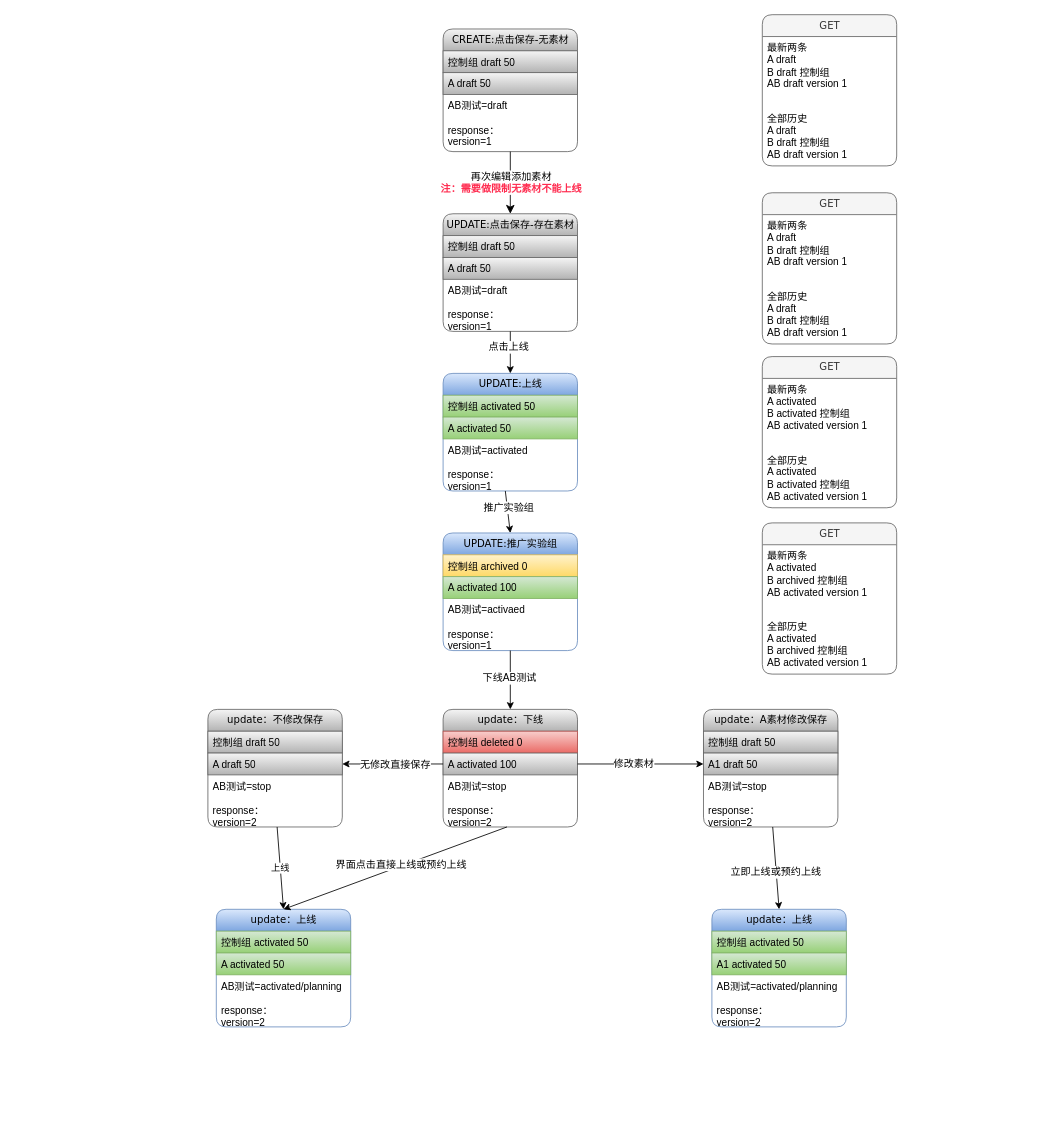
The draw.io diagram 控制组对比.drawio in hzhang123/DrawImage, before the edit. Source tidied: cells renumbered, new cells numbered last; positions are measured from the earlier drawing's top-left corner, leaving out a move shared by most shapes. Both pictures are drawn from the tidied source at 84%, with x=0, y=0 at pixel (207, 14).
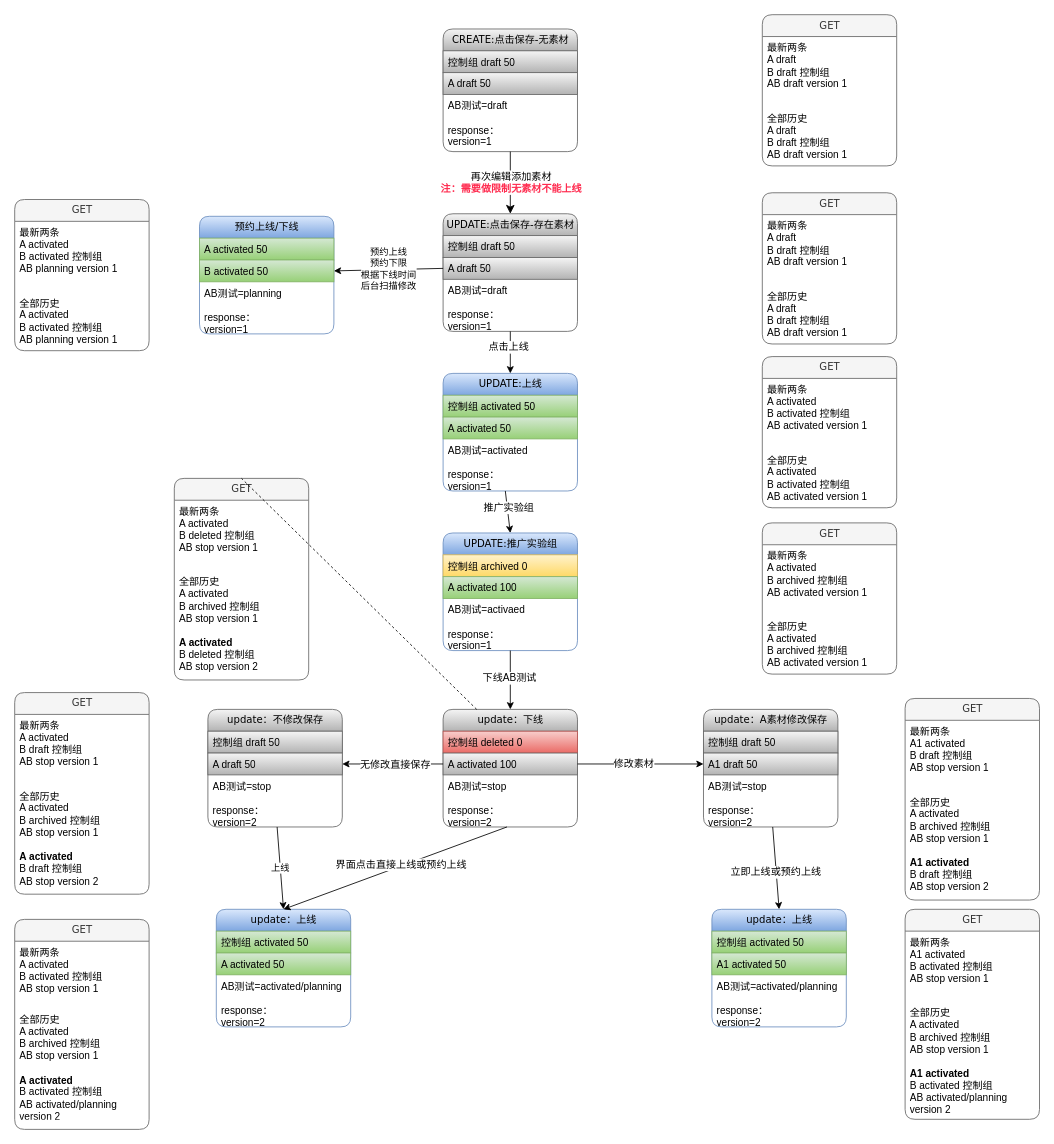
Above is the later version.

Commit message:
控制组对比.drawio

The change refers to these unchanged cells:
```xml
<mxCell id="8" value="A draft 50" style="text;html=1;strokeColor=#666666;fillColor=#f5f5f5;spacingLeft=4;spacingRight=4;whiteSpace=wrap;overflow=hidden;points=[[0,0.5],[1,0.5]];portConstraint=eastwest;gradientColor=#b3b3b3;" parent="6" vertex="1">
  <mxGeometry y="52" width="160" height="26" as="geometry" />
</mxCell>
<mxCell id="22" value="update：下线" style="swimlane;html=1;fontStyle=0;horizontal=1;startSize=26;fillColor=#f5f5f5;swimlaneFillColor=#ffffff;align=center;rounded=1;shadow=0;comic=0;labelBackgroundColor=none;strokeColor=#666666;strokeWidth=1;fontFamily=Verdana;fontSize=12;gradientColor=#b3b3b3;" parent="1" vertex="1">
  <mxGeometry x="280" y="827" width="160" height="140" as="geometry" />
</mxCell>
```

Diff of the diagram source:
```diff
@@
+    <mxCell id="67" value="GET" style="swimlane;html=1;fontStyle=0;horizontal=1;startSize=26;fillColor=#f5f5f5;swimlaneFillColor=#ffffff;align=center;rounded=1;shadow=0;comic=0;labelBackgroundColor=none;strokeColor=#666666;strokeWidth=1;fontFamily=Verdana;fontSize=12;fontColor=#333333;" parent="1" vertex="1">
+      <mxGeometry x="-40" y="552" width="160" height="240" as="geometry" />
+    </mxCell>
+    <mxCell id="68" value="最新两条&lt;br&gt;A activated&lt;br&gt;B deleted 控制组&amp;nbsp;&lt;br&gt;AB stop version 1" style="text;html=1;strokeColor=none;fillColor=none;spacingLeft=4;spacingRight=4;whiteSpace=wrap;overflow=hidden;" parent="67" vertex="1">
+      <mxGeometry y="26" width="160" height="84" as="geometry" />
+    </mxCell>
+    <mxCell id="69" value="全部历史&lt;br&gt;A activated&lt;br&gt;B archived 控制组&lt;br&gt;AB stop version 1&lt;br&gt;&lt;br&gt;&lt;b&gt;A activated&lt;/b&gt;&lt;br&gt;B deleted 控制组&lt;br&gt;AB stop version 2" style="text;html=1;strokeColor=none;fillColor=none;spacingLeft=4;spacingRight=4;whiteSpace=wrap;overflow=hidden;" parent="67" vertex="1">
+      <mxGeometry y="110" width="160" height="130" as="geometry" />
+    </mxCell>
+    <mxCell id="70" style="endArrow=none;dashed=1;html=1;entryX=0.5;entryY=0;entryDx=0;entryDy=0;exitX=0.25;exitY=0;exitDx=0;exitDy=0;" parent="1" edge="1" source="22" target="67">
+      <mxGeometry relative="1" as="geometry" />
+    </mxCell>
+    <mxCell id="71" value="GET" style="swimlane;html=1;fontStyle=0;horizontal=1;startSize=26;fillColor=#f5f5f5;swimlaneFillColor=#ffffff;align=center;rounded=1;shadow=0;comic=0;labelBackgroundColor=none;strokeColor=#666666;strokeWidth=1;fontFamily=Verdana;fontSize=12;fontColor=#333333;" parent="1" vertex="1">
+      <mxGeometry x="-230" y="807" width="160" height="240" as="geometry" />
+    </mxCell>
+    <mxCell id="72" value="最新两条&lt;br&gt;A activated&lt;br&gt;B draft 控制组&amp;nbsp;&lt;br&gt;AB stop version 1" style="text;html=1;strokeColor=none;fillColor=none;spacingLeft=4;spacingRight=4;whiteSpace=wrap;overflow=hidden;" parent="71" vertex="1">
+      <mxGeometry y="26" width="160" height="84" as="geometry" />
+    </mxCell>
+    <mxCell id="73" value="全部历史&lt;br&gt;A activated&lt;br&gt;B archived 控制组&lt;br&gt;AB stop version 1&lt;br&gt;&lt;br&gt;&lt;b&gt;A activated&lt;/b&gt;&lt;br&gt;B draft 控制组&lt;br&gt;AB stop version 2" style="text;html=1;strokeColor=none;fillColor=none;spacingLeft=4;spacingRight=4;whiteSpace=wrap;overflow=hidden;" parent="71" vertex="1">
+      <mxGeometry y="110" width="160" height="130" as="geometry" />
+    </mxCell>
+    <mxCell id="74" value="GET" style="swimlane;html=1;fontStyle=0;horizontal=1;startSize=26;fillColor=#f5f5f5;swimlaneFillColor=#ffffff;align=center;rounded=1;shadow=0;comic=0;labelBackgroundColor=none;strokeColor=#666666;strokeWidth=1;fontFamily=Verdana;fontSize=12;fontColor=#333333;" parent="1" vertex="1">
+      <mxGeometry x="-230" y="1077" width="160" height="250" as="geometry" />
+    </mxCell>
+    <mxCell id="75" value="最新两条&lt;br&gt;A activated&lt;br&gt;B activated 控制组&amp;nbsp;&lt;br&gt;AB stop version 1" style="text;html=1;strokeColor=none;fillColor=none;spacingLeft=4;spacingRight=4;whiteSpace=wrap;overflow=hidden;" parent="74" vertex="1">
+      <mxGeometry y="26" width="160" height="80" as="geometry" />
+    </mxCell>
+    <mxCell id="76" value="全部历史&lt;br&gt;A activated&lt;br&gt;B archived 控制组&lt;br&gt;AB stop version 1&lt;br&gt;&lt;br&gt;&lt;b&gt;A activated&lt;/b&gt;&lt;br&gt;B activated 控制组&lt;br&gt;AB activated/planning version 2" style="text;html=1;strokeColor=none;fillColor=none;spacingLeft=4;spacingRight=4;whiteSpace=wrap;overflow=hidden;" parent="74" vertex="1">
+      <mxGeometry y="106" width="160" height="130" as="geometry" />
+    </mxCell>
+    <mxCell id="77" value="GET" style="swimlane;html=1;fontStyle=0;horizontal=1;startSize=26;fillColor=#f5f5f5;swimlaneFillColor=#ffffff;align=center;rounded=1;shadow=0;comic=0;labelBackgroundColor=none;strokeColor=#666666;strokeWidth=1;fontFamily=Verdana;fontSize=12;fontColor=#333333;" parent="1" vertex="1">
+      <mxGeometry x="830" y="1065" width="160" height="250" as="geometry" />
+    </mxCell>
+    <mxCell id="78" value="最新两条&lt;br&gt;A1 activated&lt;br&gt;B activated 控制组&amp;nbsp;&lt;br&gt;AB stop version 1" style="text;html=1;strokeColor=none;fillColor=none;spacingLeft=4;spacingRight=4;whiteSpace=wrap;overflow=hidden;" parent="77" vertex="1">
+      <mxGeometry y="26" width="160" height="84" as="geometry" />
+    </mxCell>
+    <mxCell id="79" value="全部历史&lt;br&gt;A activated&lt;br&gt;B archived 控制组&lt;br&gt;AB stop version 1&lt;br&gt;&lt;br&gt;&lt;b&gt;A1 activated&lt;/b&gt;&lt;br&gt;B activated 控制组&lt;br&gt;AB activated/planning version 2" style="text;html=1;strokeColor=none;fillColor=none;spacingLeft=4;spacingRight=4;whiteSpace=wrap;overflow=hidden;" parent="77" vertex="1">
+      <mxGeometry y="110" width="160" height="140" as="geometry" />
+    </mxCell>
+    <mxCell id="80" value="GET" style="swimlane;html=1;fontStyle=0;horizontal=1;startSize=26;fillColor=#f5f5f5;swimlaneFillColor=#ffffff;align=center;rounded=1;shadow=0;comic=0;labelBackgroundColor=none;strokeColor=#666666;strokeWidth=1;fontFamily=Verdana;fontSize=12;fontColor=#333333;" parent="1" vertex="1">
+      <mxGeometry x="830" y="814" width="160" height="240" as="geometry" />
+    </mxCell>
+    <mxCell id="81" value="最新两条&lt;br&gt;A1 activated&lt;br&gt;B draft 控制组&amp;nbsp;&lt;br&gt;AB stop version 1" style="text;html=1;strokeColor=none;fillColor=none;spacingLeft=4;spacingRight=4;whiteSpace=wrap;overflow=hidden;" parent="80" vertex="1">
+      <mxGeometry y="26" width="160" height="84" as="geometry" />
+    </mxCell>
+    <mxCell id="82" value="全部历史&lt;br&gt;A activated&lt;br&gt;B archived 控制组&lt;br&gt;AB stop version 1&lt;br&gt;&lt;br&gt;&lt;b&gt;A1 activated&lt;/b&gt;&lt;br&gt;B draft 控制组&lt;br&gt;AB stop version 2" style="text;html=1;strokeColor=none;fillColor=none;spacingLeft=4;spacingRight=4;whiteSpace=wrap;overflow=hidden;" parent="80" vertex="1">
+      <mxGeometry y="110" width="160" height="130" as="geometry" />
+    </mxCell>
+    <mxCell id="83" value="预约上线/下线" style="swimlane;html=1;fontStyle=0;horizontal=1;startSize=26;fillColor=#dae8fc;swimlaneFillColor=#ffffff;align=center;rounded=1;shadow=0;comic=0;labelBackgroundColor=none;strokeColor=#6c8ebf;strokeWidth=1;fontFamily=Verdana;fontSize=12;gradientColor=#7ea6e0;" parent="1" vertex="1">
+      <mxGeometry x="-10" y="240" width="160" height="140" as="geometry" />
+    </mxCell>
+    <mxCell id="84" value="A activated 50" style="text;html=1;strokeColor=#82b366;fillColor=#d5e8d4;spacingLeft=4;spacingRight=4;whiteSpace=wrap;overflow=hidden;gradientColor=#97d077;" parent="83" vertex="1">
+      <mxGeometry y="26" width="160" height="26" as="geometry" />
+    </mxCell>
+    <mxCell id="85" value="B activated 50" style="text;html=1;strokeColor=#82b366;fillColor=#d5e8d4;spacingLeft=4;spacingRight=4;whiteSpace=wrap;overflow=hidden;points=[[0,0.5],[1,0.5]];portConstraint=eastwest;gradientColor=#97d077;" parent="83" vertex="1">
+      <mxGeometry y="52" width="160" height="26" as="geometry" />
+    </mxCell>
+    <mxCell id="86" value="AB测试=planning&lt;br&gt;&lt;br&gt;response：&lt;br&gt;version=1" style="text;html=1;strokeColor=none;fillColor=none;spacingLeft=4;spacingRight=4;whiteSpace=wrap;overflow=hidden;" parent="83" vertex="1">
+      <mxGeometry y="78" width="160" height="62" as="geometry" />
+    </mxCell>
+    <mxCell id="87" value="GET" style="swimlane;html=1;fontStyle=0;horizontal=1;startSize=26;fillColor=#f5f5f5;swimlaneFillColor=#ffffff;align=center;rounded=1;shadow=0;comic=0;labelBackgroundColor=none;strokeColor=#666666;strokeWidth=1;fontFamily=Verdana;fontSize=12;fontColor=#333333;" parent="1" vertex="1">
+      <mxGeometry x="-230" y="220" width="160" height="180" as="geometry" />
+    </mxCell>
+    <mxCell id="88" value="最新两条&lt;br&gt;A activated&lt;br&gt;B activated 控制组&lt;br&gt;AB planning version 1" style="text;html=1;strokeColor=none;fillColor=none;spacingLeft=4;spacingRight=4;whiteSpace=wrap;overflow=hidden;" parent="87" vertex="1">
+      <mxGeometry y="26" width="160" height="84" as="geometry" />
+    </mxCell>
+    <mxCell id="89" value="全部历史&lt;br&gt;A activated&lt;br&gt;B activated 控制组&lt;br&gt;AB planning version 1" style="text;html=1;strokeColor=none;fillColor=none;spacingLeft=4;spacingRight=4;whiteSpace=wrap;overflow=hidden;" parent="87" vertex="1">
+      <mxGeometry y="110" width="160" height="70" as="geometry" />
+    </mxCell>
+    <mxCell id="90" value="预约上线&lt;br&gt;预约下限&lt;br&gt;根据下线时间&lt;br&gt;后台扫描修改" style="endArrow=classic;html=1;entryX=1;entryY=0.5;entryDx=0;entryDy=0;exitX=0;exitY=0.5;exitDx=0;exitDy=0;" parent="1" edge="1" source="8" target="85">
+      <mxGeometry relative="1" as="geometry" />
+    </mxCell>
```
